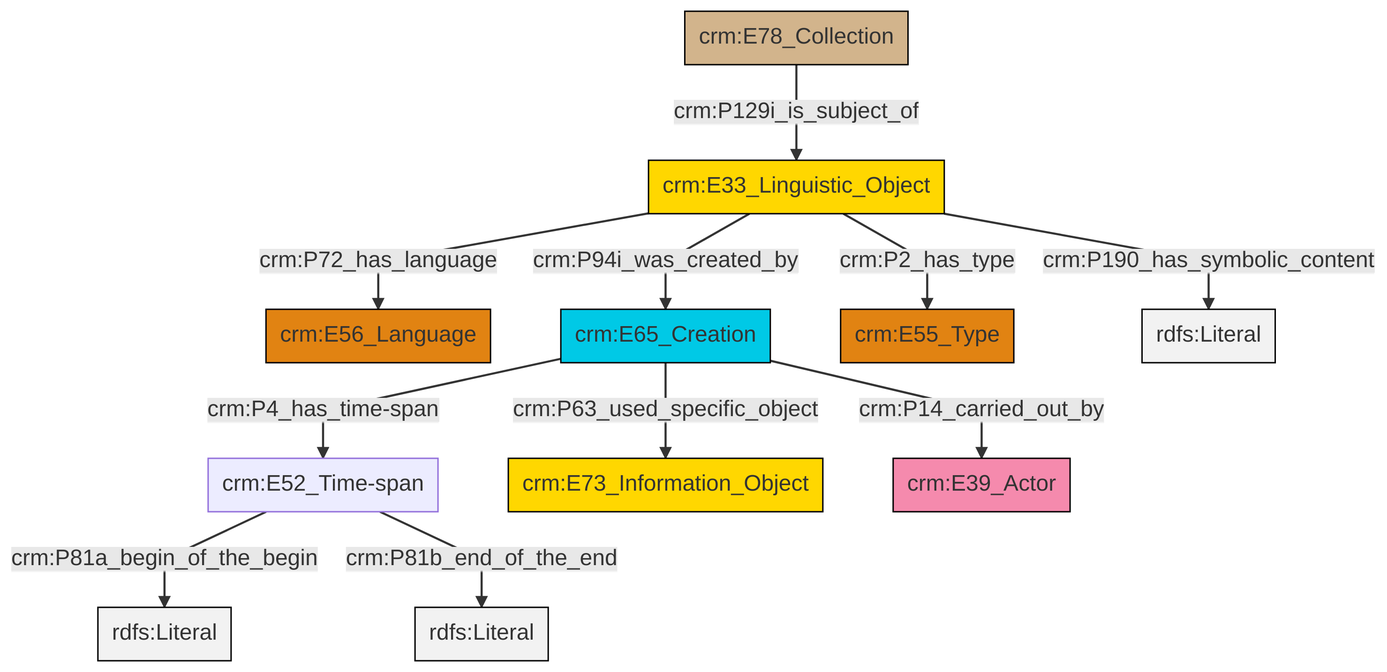
This is et/archivalCSV/ttl/mmd/png/archival_desc.png from swiss-art-research-net/docs.swissartresearch, a Mermaid export, as it was before one commit. Its source is kept beside it as et/archivalCSV/ttl/mmd/archival_desc.ttl.mmd.
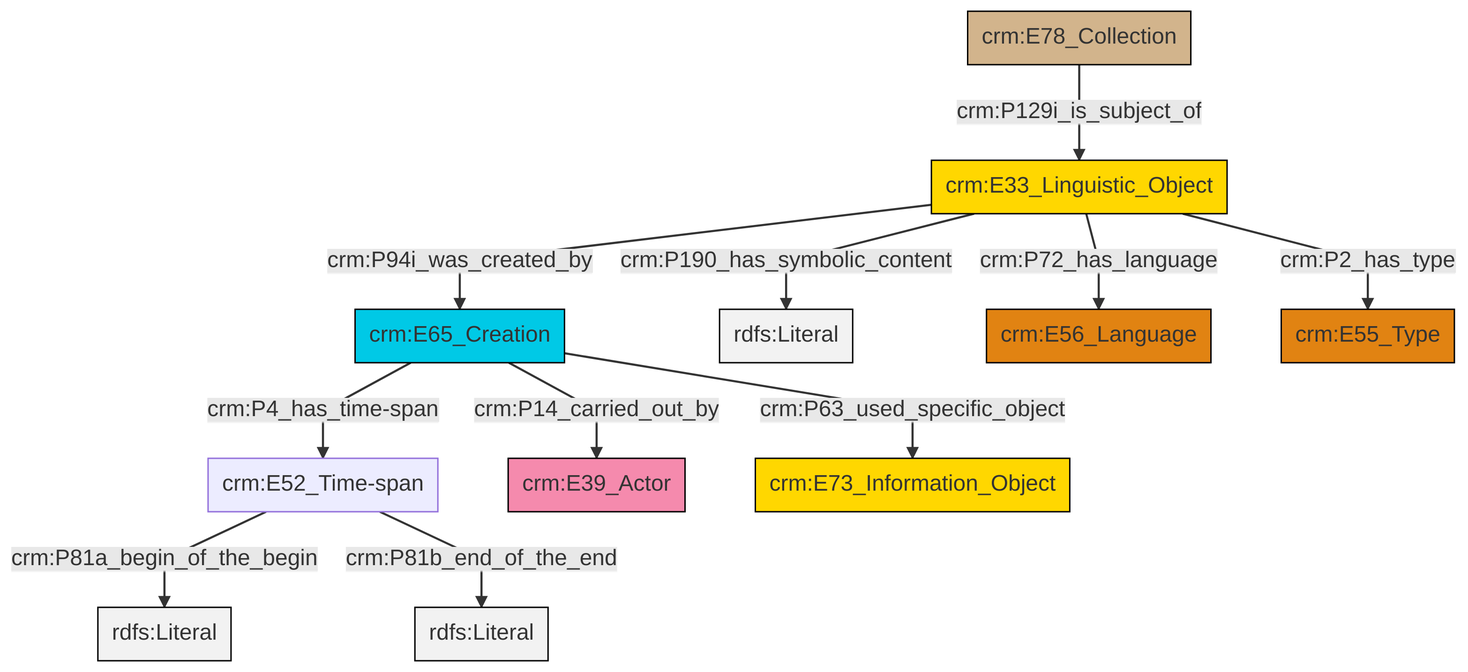
After the change.

What changed in the source:
```diff
@@ -13,13 +13,13 @@
 classDef PC_Classes fill:#4ce600, stroke:#000000;
 classDef Multi fill:#cccccc,stroke:#000000;
 
-0["crm:E33_Linguistic_Object"]:::Conceptual_Object -->|crm:P72_has_language| 1["crm:E56_Language"]:::Type
-2["crm:E65_Creation"]:::Temporal_Entity -->|crm:P4_has_time-span| 3["crm:E52_Time-span"]:::Default
-2["crm:E65_Creation"]:::Temporal_Entity -->|crm:P63_used_specific_object| 7["crm:E73_Information_Object"]:::Conceptual_Object
-3["crm:E52_Time-span"]:::Default -->|crm:P81a_begin_of_the_begin| 9[rdfs:Literal]:::Literal
-0["crm:E33_Linguistic_Object"]:::Conceptual_Object -->|crm:P94i_was_created_by| 2["crm:E65_Creation"]:::Temporal_Entity
-0["crm:E33_Linguistic_Object"]:::Conceptual_Object -->|crm:P2_has_type| 10["crm:E55_Type"]:::Type
-2["crm:E65_Creation"]:::Temporal_Entity -->|crm:P14_carried_out_by| 12["crm:E39_Actor"]:::Actor
-4["crm:E78_Collection"]:::Physical_Thing -->|crm:P129i_is_subject_of| 0["crm:E33_Linguistic_Object"]:::Conceptual_Object
-3["crm:E52_Time-span"]:::Default -->|crm:P81b_end_of_the_end| 14[rdfs:Literal]:::Literal
-0["crm:E33_Linguistic_Object"]:::Conceptual_Object -->|crm:P190_has_symbolic_content| 16[rdfs:Literal]:::Literal
+0["crm:E65_Creation"]:::Temporal_Entity -->|crm:P4_has_time-span| 1["crm:E52_Time-span"]:::Default
+1["crm:E52_Time-span"]:::Default -->|crm:P81a_begin_of_the_begin| 2[rdfs:Literal]:::Literal
+1["crm:E52_Time-span"]:::Default -->|crm:P81b_end_of_the_end| 3[rdfs:Literal]:::Literal
+0["crm:E65_Creation"]:::Temporal_Entity -->|crm:P14_carried_out_by| 5["crm:E39_Actor"]:::Actor
+7["crm:E33_Linguistic_Object"]:::Conceptual_Object -->|crm:P94i_was_created_by| 0["crm:E65_Creation"]:::Temporal_Entity
+8["crm:E78_Collection"]:::Physical_Thing -->|crm:P129i_is_subject_of| 7["crm:E33_Linguistic_Object"]:::Conceptual_Object
+7["crm:E33_Linguistic_Object"]:::Conceptual_Object -->|crm:P190_has_symbolic_content| 13[rdfs:Literal]:::Literal
+0["crm:E65_Creation"]:::Temporal_Entity -->|crm:P63_used_specific_object| 11["crm:E73_Information_Object"]:::Conceptual_Object
+7["crm:E33_Linguistic_Object"]:::Conceptual_Object -->|crm:P72_has_language| 15["crm:E56_Language"]:::Type
+7["crm:E33_Linguistic_Object"]:::Conceptual_Object -->|crm:P2_has_type| 17["crm:E55_Type"]:::Type
```
